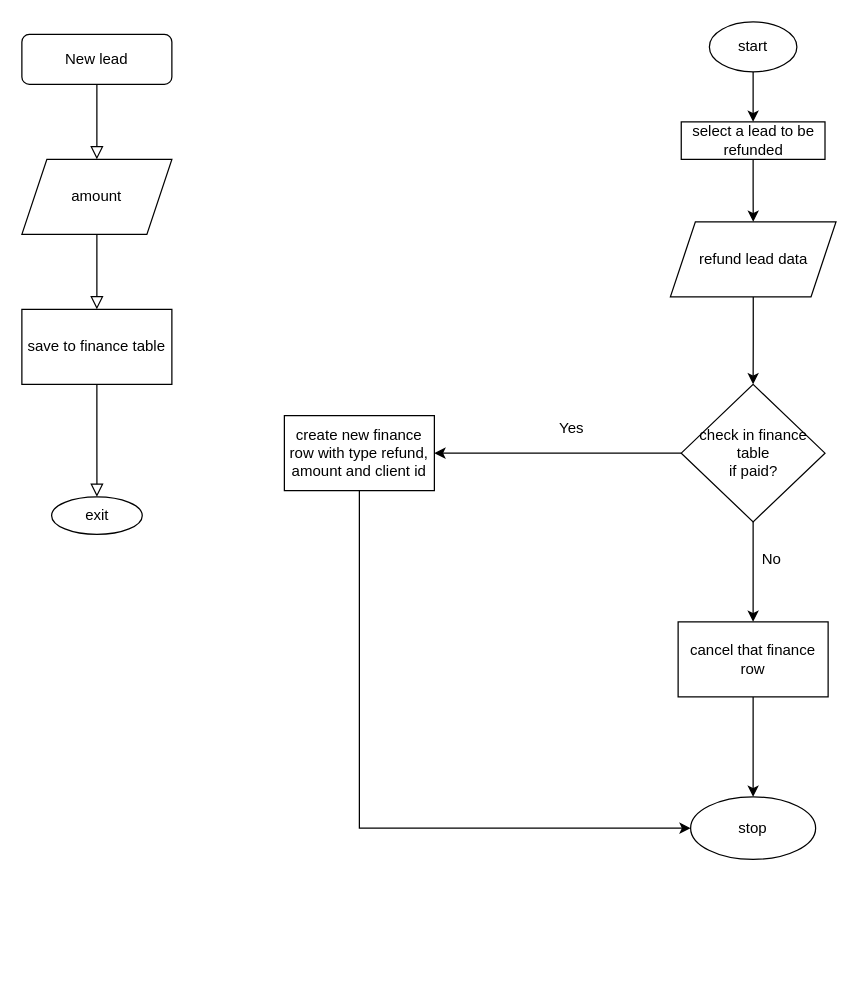
bickyraj/hotel keeps this draw.io diagram as Untitled Diagram.drawio. Above is the earlier version. Source tidied: cells renumbered, new cells numbered last; positions are measured from the earlier drawing's top-left corner, leaving out a move shared by most shapes. Both pictures are drawn from the tidied source at 125%, with x=0, y=0 at pixel (21, 21).
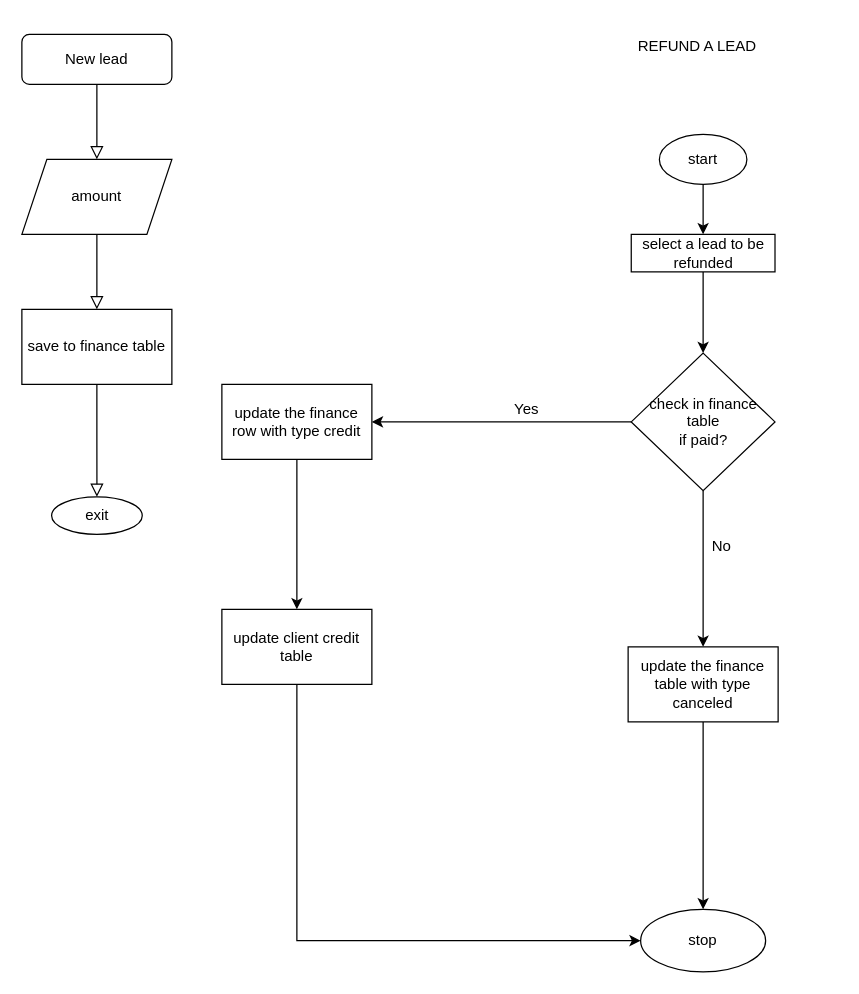
The same page after the edit.

What changed in the source:
```diff
@@
-    <mxCell id="9" style="edgeStyle=orthogonalEdgeStyle;rounded=0;jettySize=auto;html=1;" parent="1" edge="1" source="23" target="12">
-      <mxGeometry relative="1" as="geometry" />
-    </mxCell>
     <mxCell id="10" value="start&lt;br&gt;" style="ellipse;whiteSpace=wrap;html=1;" parent="1" vertex="1">
-      <mxGeometry x="550" width="70" height="40" as="geometry" />
+      <mxGeometry x="510" y="90" width="70" height="40" as="geometry" />
     </mxCell>
-    <mxCell id="11" style="edgeStyle=orthogonalEdgeStyle;rounded=0;jettySize=auto;html=1;" parent="1" edge="1" source="12" target="15">
-      <mxGeometry relative="1" as="geometry" />
-    </mxCell>
-    <mxCell id="12" value="refund lead data" style="shape=parallelogram;perimeter=parallelogramPerimeter;whiteSpace=wrap;html=1;fixedSize=1;" parent="1" vertex="1">
-      <mxGeometry x="518.8" y="160" width="132.5" height="60" as="geometry" />
-    </mxCell>
@@
     <mxCell id="15" value="check in finance table&lt;br&gt;if paid?" style="rhombus;whiteSpace=wrap;html=1;" parent="1" vertex="1">
-      <mxGeometry x="527.5" y="290" width="115" height="110" as="geometry" />
+      <mxGeometry x="487.5" y="265" width="115" height="110" as="geometry" />
     </mxCell>
@@
-    <mxCell id="17" value="cancel that finance row" style="rounded=0;whiteSpace=wrap;html=1;" parent="1" vertex="1">
-      <mxGeometry x="525" y="480" width="120" height="60" as="geometry" />
+    <mxCell id="17" value="update the finance table with type canceled" style="rounded=0;whiteSpace=wrap;html=1;" parent="1" vertex="1">
+      <mxGeometry x="485" y="500" width="120" height="60" as="geometry" />
     </mxCell>
     <mxCell id="18" value="No" style="text;html=1;strokeColor=none;fillColor=none;align=center;verticalAlign=middle;whiteSpace=wrap;rounded=0;" parent="1" vertex="1">
-      <mxGeometry x="580" y="420" width="40" height="20" as="geometry" />
+      <mxGeometry x="540" y="410" width="40" height="20" as="geometry" />
     </mxCell>
-    <mxCell id="19" style="edgeStyle=orthogonalEdgeStyle;rounded=0;jettySize=auto;html=1;entryX=0;entryY=0.5;entryDx=0;entryDy=0;" parent="1" edge="1" source="20" target="21">
+    <mxCell id="19" style="edgeStyle=orthogonalEdgeStyle;rounded=0;jettySize=auto;html=1;entryX=0;entryY=0.5;entryDx=0;entryDy=0;" parent="1" edge="1" source="28" target="21">
       <mxGeometry relative="1" as="geometry">
         <Array as="points">
-          <mxPoint x="270" y="645" />
+          <mxPoint x="220" y="735" />
         </Array>
       </mxGeometry>
     </mxCell>
+    <mxCell id="25" style="edgeStyle=orthogonalEdgeStyle;rounded=0;jettySize=auto;html=1;entryX=0.5;entryY=0;entryDx=0;entryDy=0;" parent="1" edge="1" source="20" target="28">
+      <mxGeometry relative="1" as="geometry" />
+    </mxCell>
-    <mxCell id="20" value="create new finance row with type refund, amount and client id" style="rounded=0;whiteSpace=wrap;html=1;" parent="1" vertex="1">
-      <mxGeometry x="210" y="315" width="120" height="60" as="geometry" />
+    <mxCell id="20" value="update the finance row with type credit" style="rounded=0;whiteSpace=wrap;html=1;" parent="1" vertex="1">
+      <mxGeometry x="160" y="290" width="120" height="60" as="geometry" />
     </mxCell>
     <mxCell id="21" value="stop" style="ellipse;whiteSpace=wrap;html=1;" parent="1" vertex="1">
-      <mxGeometry x="535" y="620" width="100" height="50" as="geometry" />
+      <mxGeometry x="495" y="710" width="100" height="50" as="geometry" />
     </mxCell>
     <mxCell id="22" value="Yes" style="text;html=1;strokeColor=none;fillColor=none;align=center;verticalAlign=middle;whiteSpace=wrap;rounded=0;" parent="1" vertex="1">
-      <mxGeometry x="420" y="315" width="40" height="20" as="geometry" />
+      <mxGeometry x="384" y="300" width="40" height="20" as="geometry" />
     </mxCell>
+    <mxCell id="26" style="edgeStyle=orthogonalEdgeStyle;rounded=0;jettySize=auto;html=1;entryX=0.5;entryY=0;entryDx=0;entryDy=0;" parent="1" edge="1" source="23" target="15">
+      <mxGeometry relative="1" as="geometry" />
+    </mxCell>
     <mxCell id="23" value="select a lead to be refunded" style="rounded=0;whiteSpace=wrap;html=1;" parent="1" vertex="1">
-      <mxGeometry x="527.5" y="80" width="115" height="30" as="geometry" />
+      <mxGeometry x="487.5" y="170" width="115" height="30" as="geometry" />
     </mxCell>
@@
+    <mxCell id="27" value="REFUND A LEAD" style="text;html=1;align=center;verticalAlign=middle;" parent="1" vertex="1">
+      <mxGeometry x="485" y="10" width="110" height="20" as="geometry" />
+    </mxCell>
+    <mxCell id="28" value="update client credit table" style="rounded=0;whiteSpace=wrap;html=1;" parent="1" vertex="1">
+      <mxGeometry x="160" y="470" width="120" height="60" as="geometry" />
+    </mxCell>
```
